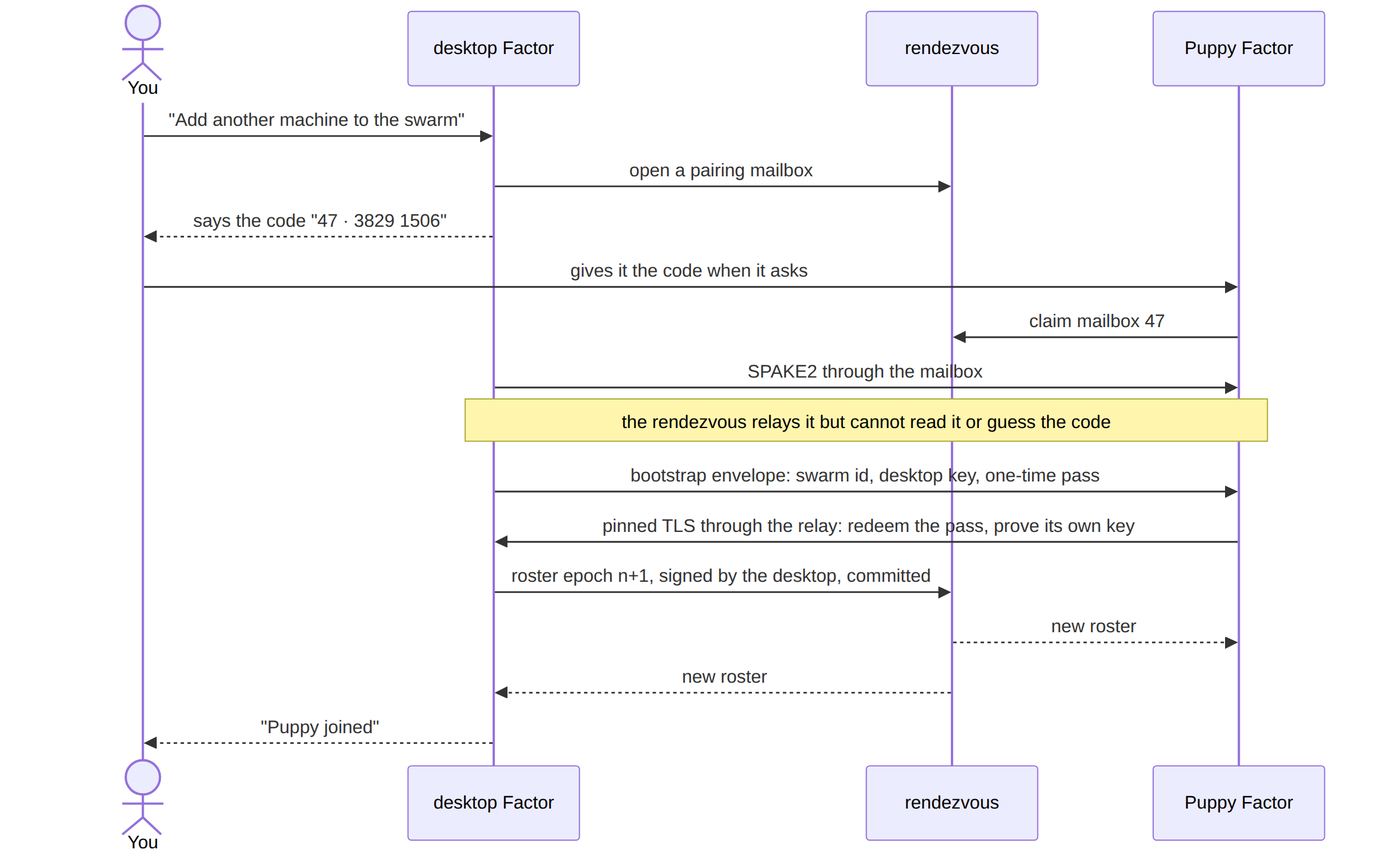
Before: docs/assets/swarm-pairing.png, a diagram exported from Mermaid (cyqlelabs/factor). Its source is kept beside it as docs/assets/swarm-pairing.mmd.
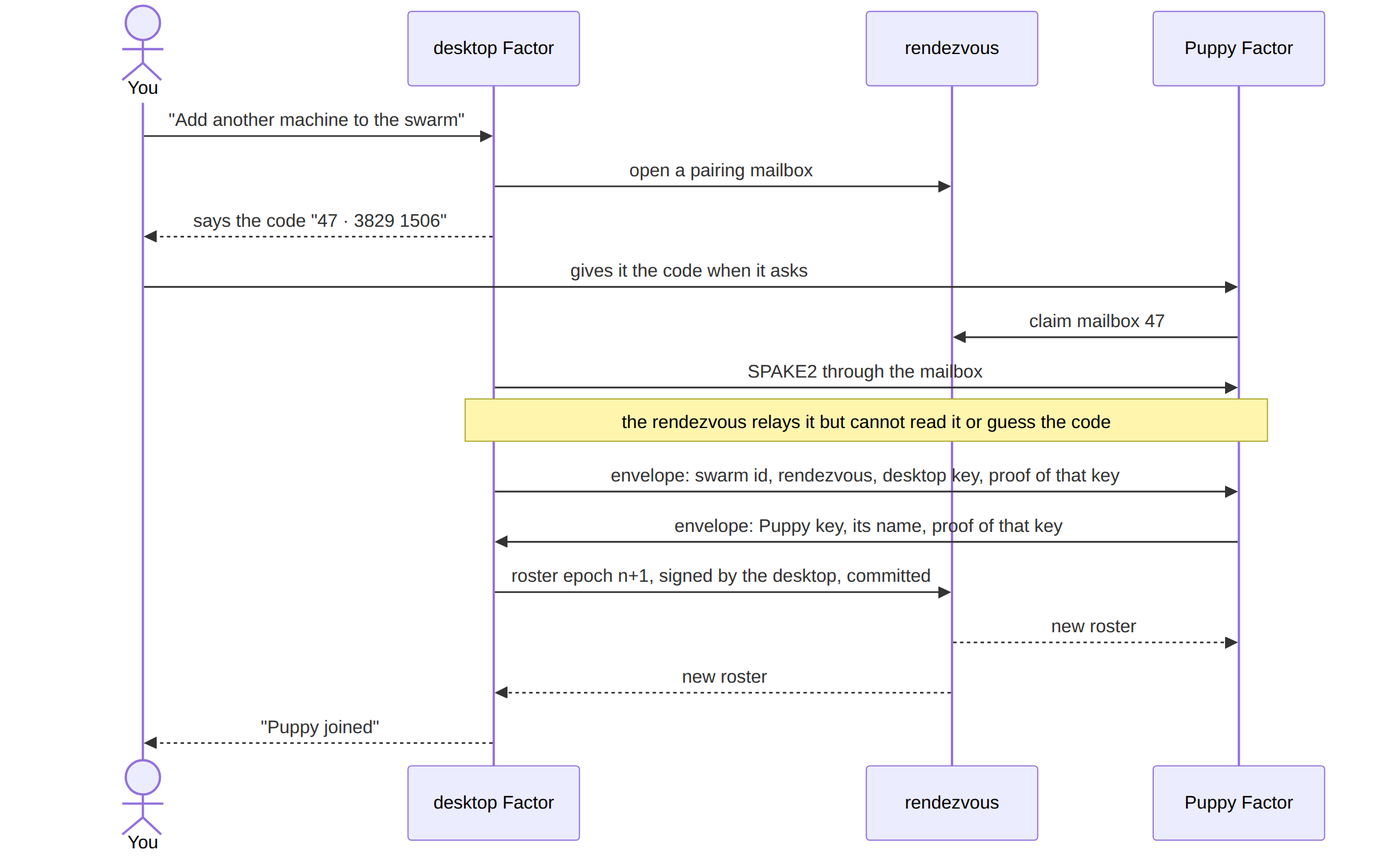
Later version of the same file.

Commit message:
docs(swarm): record what was built and what is still open

Change to the diagram source:
```diff
@@ -10,8 +10,8 @@
     P->>R: claim mailbox 47
     D->>P: SPAKE2 through the mailbox
     Note over D,P: the rendezvous relays it but cannot read it or guess the code
-    D->>P: bootstrap envelope: swarm id, desktop key, one-time pass
-    P->>D: pinned TLS through the relay: redeem the pass, prove its own key
+    D->>P: envelope: swarm id, rendezvous, desktop key, proof of that key
+    P->>D: envelope: Puppy key, its name, proof of that key
     D->>R: roster epoch n+1, signed by the desktop, committed
     R-->>P: new roster
     R-->>D: new roster
```
